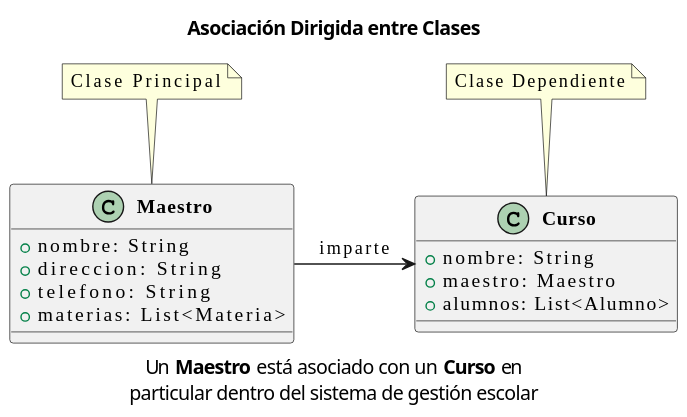
Before: src/diagrams/out/class_directed_association.svg, a diagram exported from PlantUML (j2deme/J2deme-Slides). Its diagram source:
```plantuml
@startuml
!include plantuml.config

class Maestro {
  +nombre: String
  +direccion: String
  +telefono: String
  +materias: List<Materia>
}

class Curso {
  +nombre: String
  +maestro: Maestro
  +alumnos: List<Alumno>
}

Maestro -> Curso : imparte

note top of Maestro: Clase Principal
note top of Curso: Clase Dependiente

title Asociación Dirigida entre Clases

caption "Un <b>Maestro</b> está asociado con un <b>Curso</b> en\nparticular dentro del sistema de gestión escolar"
@enduml
```
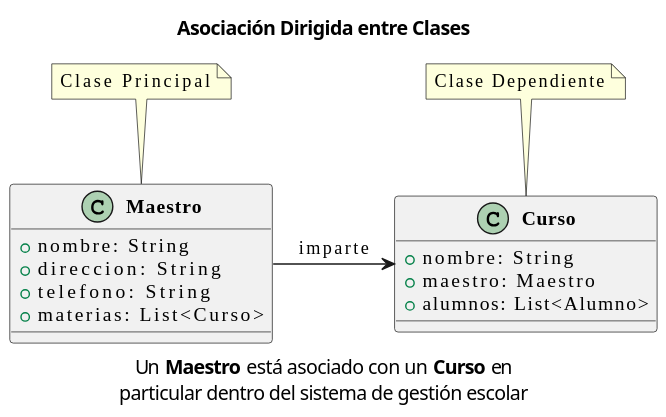
After the change.

The edit, as a diff of the source:
```diff
@@ -5,7 +5,7 @@
   +nombre: String
   +direccion: String
   +telefono: String
-  +materias: List<Materia>
+  +materias: List<Curso>
 }
 
 class Curso {
```
